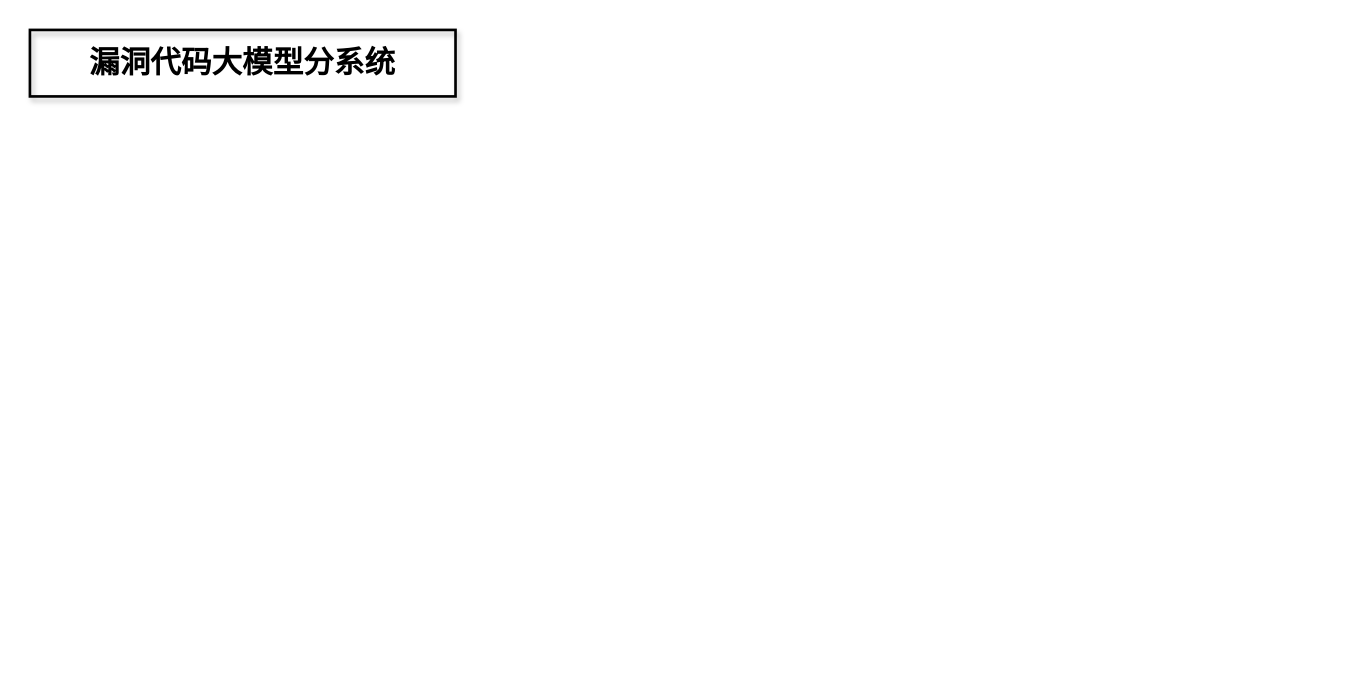
Above: 系统——内部信息图.drawio in LovenSar/- (draw.io), before the change. Source tidied: cells renumbered, new cells numbered last; positions are measured from the earlier drawing's top-left corner, leaving out a move shared by most shapes. Both pictures are drawn from the tidied source at 133%, with x=0, y=0 at pixel (29, 29).
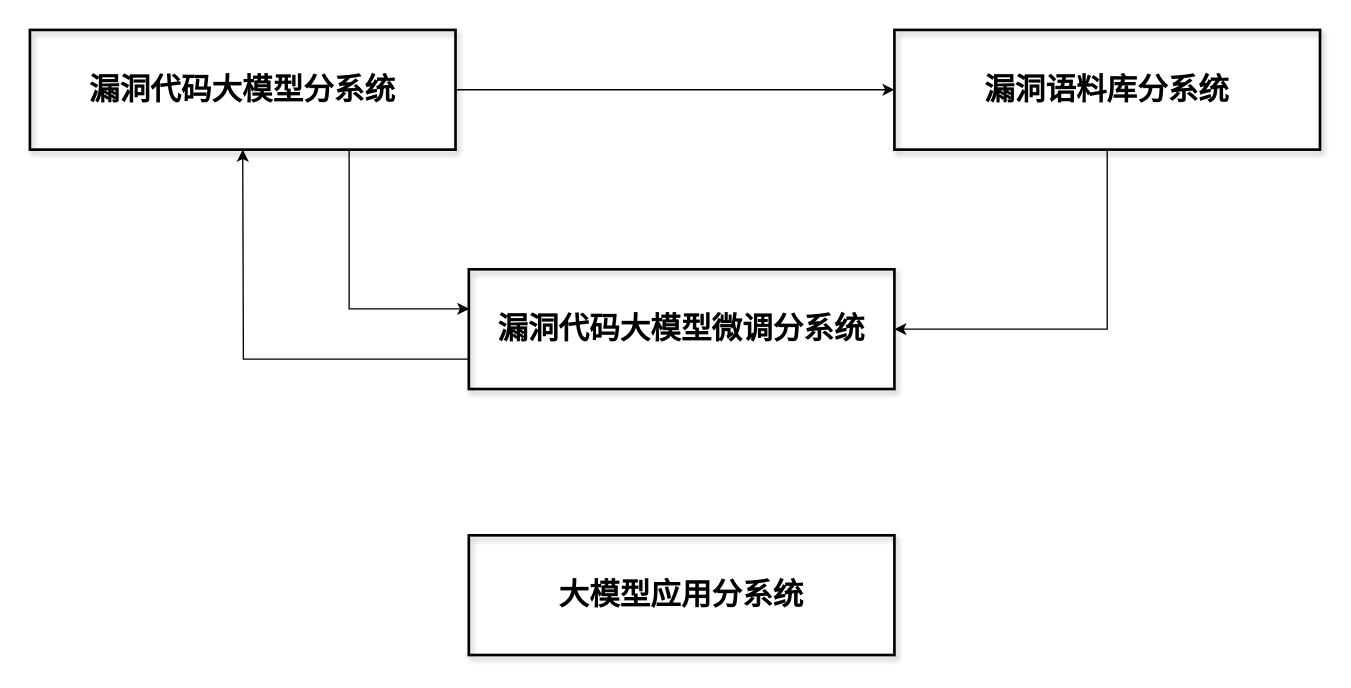
The same diagram, later.

Commit message (it also covers changes not shown here):
更新系统——内部信息图.drawio

Change to the diagram source:
```diff
@@
 <mxGraphModel>
   <root>
     <mxCell id="0" />
     <mxCell id="1" parent="0" />
+    <mxCell id="3" style="edgeStyle=orthogonalEdgeStyle;rounded=0;jettySize=auto;html=1;entryX=0;entryY=0.5;entryDx=0;entryDy=0;" parent="1" edge="1" source="2" target="8">
+      <mxGeometry relative="1" as="geometry" />
+    </mxCell>
+    <mxCell id="4" style="edgeStyle=orthogonalEdgeStyle;rounded=0;jettySize=auto;html=1;exitX=0.75;exitY=1;exitDx=0;exitDy=0;entryX=0.001;entryY=0.33;entryDx=0;entryDy=0;entryPerimeter=0;" parent="1" edge="1" source="2" target="6">
+      <mxGeometry relative="1" as="geometry">
+        <Array as="points">
+          <mxPoint x="240" y="210" />
+          <mxPoint x="330" y="210" />
+        </Array>
+      </mxGeometry>
+    </mxCell>
     <mxCell id="2" value="漏洞代码大模型分系统" style="rounded=0;whiteSpace=wrap;html=1;strokeWidth=2;gradientColor=default;fillColor=none;shadow=1;fontSize=23;fontFamily=宋体;fontStyle=1;" parent="1" vertex="1">
-      <mxGeometry width="320" height="50" as="geometry" />
+      <mxGeometry width="320" height="90" as="geometry" />
     </mxCell>
+    <mxCell id="5" style="edgeStyle=orthogonalEdgeStyle;rounded=0;jettySize=auto;html=1;exitX=0;exitY=0.75;exitDx=0;exitDy=0;" parent="1" edge="1" source="6">
+      <mxGeometry relative="1" as="geometry">
+        <mxPoint x="160" y="90" as="targetPoint" />
+      </mxGeometry>
+    </mxCell>
+    <mxCell id="6" value="漏洞代码大模型微调分系统" style="rounded=0;whiteSpace=wrap;html=1;strokeWidth=2;gradientColor=default;fillColor=none;shadow=1;fontSize=23;fontFamily=宋体;fontStyle=1;" parent="1" vertex="1">
+      <mxGeometry x="330" y="180" width="320" height="90" as="geometry" />
+    </mxCell>
+    <mxCell id="7" style="edgeStyle=orthogonalEdgeStyle;rounded=0;jettySize=auto;html=1;entryX=1;entryY=0.5;entryDx=0;entryDy=0;" parent="1" edge="1" source="8" target="6">
+      <mxGeometry relative="1" as="geometry" />
+    </mxCell>
+    <mxCell id="8" value="漏洞语料库分系统" style="rounded=0;whiteSpace=wrap;html=1;strokeWidth=2;gradientColor=default;fillColor=none;shadow=1;fontSize=23;fontFamily=宋体;fontStyle=1;" parent="1" vertex="1">
+      <mxGeometry x="650" width="320" height="90" as="geometry" />
+    </mxCell>
+    <mxCell id="9" value="大模型应用分系统" style="rounded=0;whiteSpace=wrap;html=1;strokeWidth=2;gradientColor=default;fillColor=none;shadow=1;fontSize=23;fontFamily=宋体;fontStyle=1;" parent="1" vertex="1">
+      <mxGeometry x="330" y="380" width="320" height="90" as="geometry" />
+    </mxCell>
   </root>
 </mxGraphModel>
```
